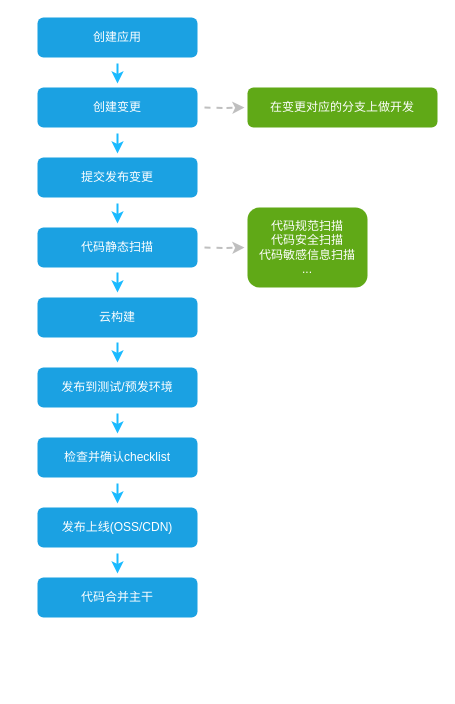
Above: Untitled Diagram.drawio in gzgogo/diagrams (draw.io), before the change. Source tidied: cells renumbered, new cells numbered last; positions are measured from the earlier drawing's top-left corner, leaving out a move shared by most shapes. Both pictures are drawn from the tidied source at 100%, with x=0, y=0 at pixel (37, 17).
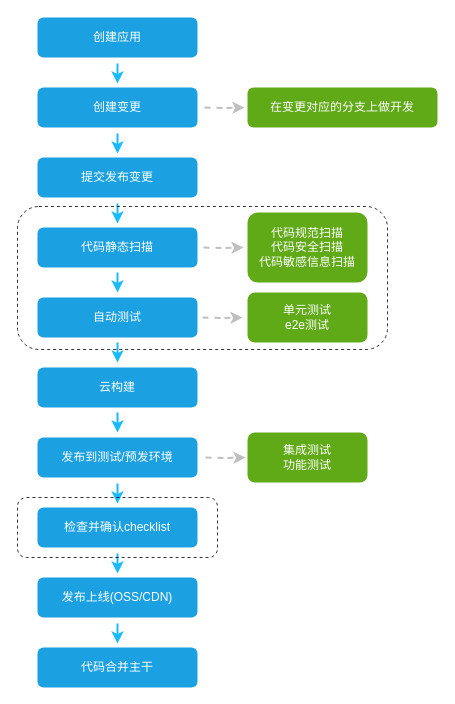
The same page after the edit.

Diff of the diagram source:
```diff
@@
     <mxCell id="9" style="edgeStyle=orthogonalEdgeStyle;rounded=0;orthogonalLoop=1;jettySize=auto;html=1;dashed=1;strokeColor=#BFBFBF;strokeWidth=2;fontColor=#FFFFFF;" parent="1" edge="1">
       <mxGeometry relative="1" as="geometry">
-        <mxPoint x="167" y="230" as="sourcePoint" />
-        <mxPoint x="207" y="230" as="targetPoint" />
+        <mxPoint x="166" y="230" as="sourcePoint" />
+        <mxPoint x="206" y="230" as="targetPoint" />
       </mxGeometry>
     </mxCell>
@@
     <mxCell id="11" style="edgeStyle=orthogonalEdgeStyle;rounded=0;orthogonalLoop=1;jettySize=auto;html=1;strokeColor=#1ABAFF;strokeWidth=2;fillColor=#b1ddf0;" parent="1" edge="1">
       <mxGeometry relative="1" as="geometry">
-        <mxPoint x="80" y="325" as="sourcePoint" />
-        <mxPoint x="80" y="345" as="targetPoint" />
+        <mxPoint x="80" y="395" as="sourcePoint" />
+        <mxPoint x="80" y="415" as="targetPoint" />
       </mxGeometry>
     </mxCell>
     <mxCell id="12" value="云构建" style="rounded=1;whiteSpace=wrap;html=1;fontColor=#ffffff;strokeColor=none;fillColor=#1ba1e2;" parent="1" vertex="1">
-      <mxGeometry y="280" width="160" height="40" as="geometry" />
+      <mxGeometry y="350" width="160" height="40" as="geometry" />
     </mxCell>
     <mxCell id="13" style="edgeStyle=orthogonalEdgeStyle;rounded=0;orthogonalLoop=1;jettySize=auto;html=1;strokeColor=#1ABAFF;strokeWidth=2;fillColor=#b1ddf0;" parent="1" edge="1">
       <mxGeometry relative="1" as="geometry">
-        <mxPoint x="80" y="396" as="sourcePoint" />
-        <mxPoint x="80" y="416" as="targetPoint" />
+        <mxPoint x="80" y="466" as="sourcePoint" />
+        <mxPoint x="80" y="486" as="targetPoint" />
       </mxGeometry>
     </mxCell>
+    <mxCell id="23" style="edgeStyle=orthogonalEdgeStyle;rounded=0;orthogonalLoop=1;jettySize=auto;html=1;dashed=1;strokeColor=#BFBFBF;strokeWidth=2;fontColor=#FFFFFF;" parent="1" edge="1">
+      <mxGeometry relative="1" as="geometry">
+        <mxPoint x="168" y="440" as="sourcePoint" />
+        <mxPoint x="208" y="440" as="targetPoint" />
+      </mxGeometry>
+    </mxCell>
     <mxCell id="14" value="发布到测试/预发环境" style="rounded=1;whiteSpace=wrap;html=1;fontColor=#ffffff;strokeColor=none;fillColor=#1ba1e2;" parent="1" vertex="1">
-      <mxGeometry y="350" width="160" height="40" as="geometry" />
+      <mxGeometry y="420" width="160" height="40" as="geometry" />
     </mxCell>
     <mxCell id="15" style="edgeStyle=orthogonalEdgeStyle;rounded=0;orthogonalLoop=1;jettySize=auto;html=1;strokeColor=#1ABAFF;strokeWidth=2;fillColor=#b1ddf0;" parent="1" edge="1">
       <mxGeometry relative="1" as="geometry">
-        <mxPoint x="80" y="466" as="sourcePoint" />
-        <mxPoint x="80" y="486" as="targetPoint" />
+        <mxPoint x="80" y="536" as="sourcePoint" />
+        <mxPoint x="80" y="556" as="targetPoint" />
       </mxGeometry>
     </mxCell>
     <mxCell id="16" value="检查并确认checklist" style="rounded=1;whiteSpace=wrap;html=1;fontColor=#ffffff;strokeColor=none;fillColor=#1ba1e2;" parent="1" vertex="1">
-      <mxGeometry y="420" width="160" height="40" as="geometry" />
+      <mxGeometry y="490" width="160" height="40" as="geometry" />
     </mxCell>
     <mxCell id="17" style="edgeStyle=orthogonalEdgeStyle;rounded=0;orthogonalLoop=1;jettySize=auto;html=1;strokeColor=#1ABAFF;strokeWidth=2;fillColor=#b1ddf0;" parent="1" edge="1">
       <mxGeometry relative="1" as="geometry">
-        <mxPoint x="80" y="536" as="sourcePoint" />
-        <mxPoint x="80" y="556" as="targetPoint" />
+        <mxPoint x="80" y="606" as="sourcePoint" />
+        <mxPoint x="80" y="626" as="targetPoint" />
       </mxGeometry>
     </mxCell>
     <mxCell id="18" value="发布上线(OSS/CDN)" style="rounded=1;whiteSpace=wrap;html=1;fontColor=#ffffff;strokeColor=none;fillColor=#1ba1e2;" parent="1" vertex="1">
-      <mxGeometry y="490" width="160" height="40" as="geometry" />
+      <mxGeometry y="560" width="160" height="40" as="geometry" />
     </mxCell>
     <mxCell id="19" value="代码合并主干" style="rounded=1;whiteSpace=wrap;html=1;fontColor=#ffffff;strokeColor=none;fillColor=#1ba1e2;" parent="1" vertex="1">
-      <mxGeometry y="560" width="160" height="40" as="geometry" />
+      <mxGeometry y="630" width="160" height="40" as="geometry" />
     </mxCell>
-    <mxCell id="20" value="代码规范扫描&lt;br&gt;代码安全扫描&lt;br&gt;代码敏感信息扫描&lt;br&gt;..." style="rounded=1;whiteSpace=wrap;html=1;fillColor=#60a917;fontColor=#ffffff;strokeColor=none;" parent="1" vertex="1">
-      <mxGeometry x="210" y="190" width="120" height="80" as="geometry" />
+    <mxCell id="20" value="代码规范扫描&lt;br&gt;代码安全扫描&lt;br&gt;代码敏感信息扫描" style="rounded=1;whiteSpace=wrap;html=1;fillColor=#60a917;fontColor=#ffffff;strokeColor=none;" parent="1" vertex="1">
+      <mxGeometry x="210" y="195" width="120" height="70" as="geometry" />
     </mxCell>
@@
+    <mxCell id="24" value="集成测试&lt;br&gt;功能测试" style="rounded=1;whiteSpace=wrap;html=1;fillColor=#60a917;fontColor=#ffffff;strokeColor=none;" parent="1" vertex="1">
+      <mxGeometry x="210" y="415" width="120" height="50" as="geometry" />
+    </mxCell>
+    <mxCell id="25" style="edgeStyle=orthogonalEdgeStyle;rounded=0;orthogonalLoop=1;jettySize=auto;html=1;strokeColor=#1ABAFF;strokeWidth=2;fontColor=#000000;fillColor=#b1ddf0;" parent="1" edge="1">
+      <mxGeometry relative="1" as="geometry">
+        <mxPoint x="80" y="325" as="sourcePoint" />
+        <mxPoint x="80" y="345" as="targetPoint" />
+      </mxGeometry>
+    </mxCell>
+    <mxCell id="26" style="edgeStyle=orthogonalEdgeStyle;rounded=0;orthogonalLoop=1;jettySize=auto;html=1;dashed=1;strokeColor=#BFBFBF;strokeWidth=2;fontColor=#FFFFFF;" parent="1" edge="1">
+      <mxGeometry relative="1" as="geometry">
+        <mxPoint x="165" y="300" as="sourcePoint" />
+        <mxPoint x="205" y="300" as="targetPoint" />
+      </mxGeometry>
+    </mxCell>
+    <mxCell id="27" value="自动测试" style="rounded=1;whiteSpace=wrap;html=1;fontColor=#ffffff;strokeColor=none;fillColor=#1ba1e2;" parent="1" vertex="1">
+      <mxGeometry y="280" width="160" height="40" as="geometry" />
+    </mxCell>
+    <mxCell id="28" value="单元测试&lt;br&gt;e2e测试" style="rounded=1;whiteSpace=wrap;html=1;fillColor=#60a917;fontColor=#ffffff;strokeColor=none;" parent="1" vertex="1">
+      <mxGeometry x="210" y="275" width="120" height="50" as="geometry" />
+    </mxCell>
+    <mxCell id="29" style="rounded=1;whiteSpace=wrap;html=1;fillColor=none;dashed=1;opacity=80;" parent="1" vertex="1">
+      <mxGeometry x="-20" y="189" width="370" height="143" as="geometry" />
+    </mxCell>
+    <mxCell id="30" style="rounded=1;whiteSpace=wrap;html=1;fillColor=none;dashed=1;opacity=80;" parent="1" vertex="1">
+      <mxGeometry x="-20" y="480" width="200" height="60" as="geometry" />
+    </mxCell>
```
